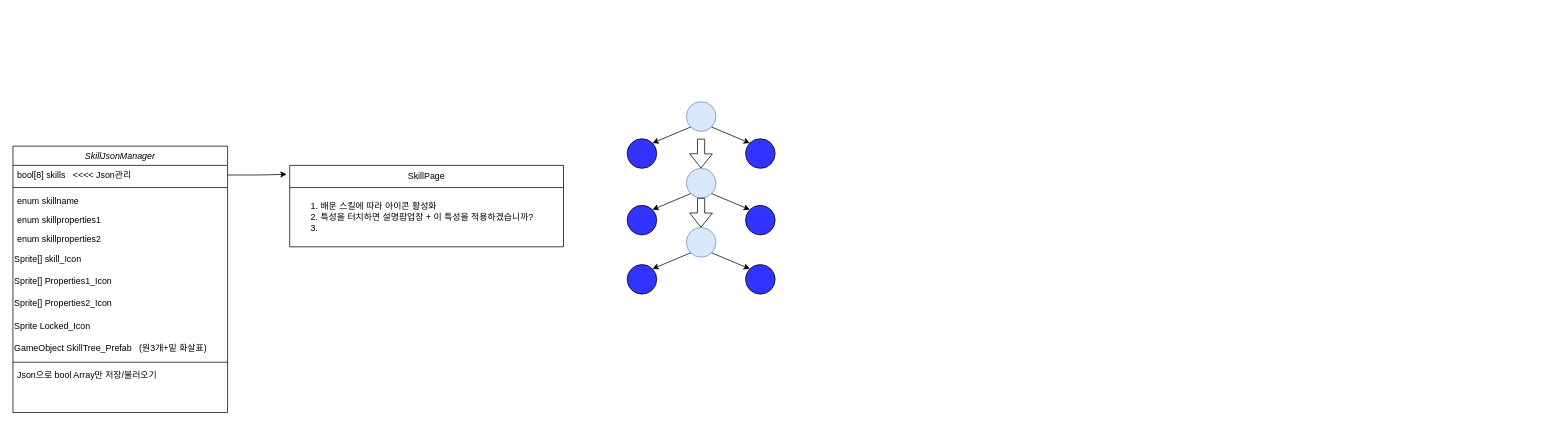
Before: 2048Diagram.drawio in nilbace/2048Diagram, a draw.io diagram. Source tidied: cells renumbered, new cells numbered last; positions are measured from the earlier drawing's top-left corner, leaving out a move shared by most shapes. Both pictures are drawn from the tidied source at 74%, with x=0, y=0 at pixel (13, 101).
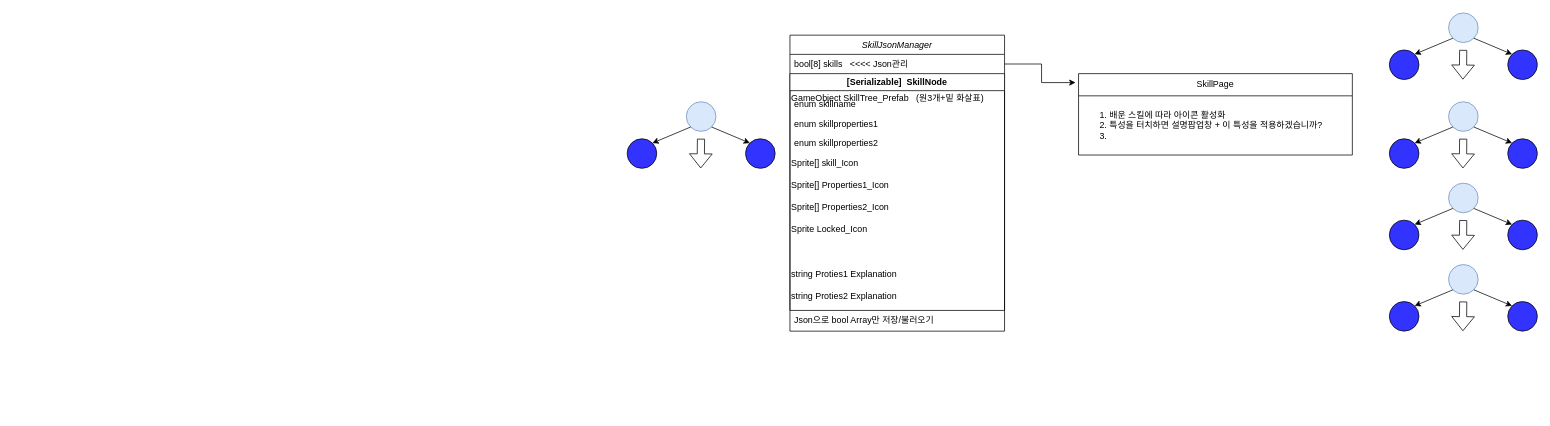
Above is the later version.

The edit, as a diff of the source:
```diff
@@
     <mxCell id="2" value="SkillJsonManager" style="swimlane;fontStyle=2;align=center;verticalAlign=top;horizontal=1;startSize=26;rounded=0;shadow=0;strokeWidth=1;" parent="1" vertex="1">
-      <mxGeometry y="60" width="290" height="360" as="geometry" />
+      <mxGeometry x="1050" y="-90" width="290" height="400" as="geometry" />
     </mxCell>
@@
-    <mxCell id="4" style="line;html=1;strokeWidth=1;align=left;verticalAlign=middle;spacingTop=-1;spacingLeft=3;spacingRight=3;labelPosition=right;" parent="2" vertex="1">
-      <mxGeometry y="52" width="290" height="8" as="geometry" />
-    </mxCell>
+    <mxCell id="35" value="[Serializable]&amp;nbsp; SkillNode" style="swimlane;whiteSpace=wrap;html=1;" parent="2" vertex="1">
+      <mxGeometry y="52" width="290" height="320" as="geometry" />
+    </mxCell>
-    <mxCell id="5" value="enum skillname" style="text;align=left;verticalAlign=top;spacingLeft=4;spacingRight=4;overflow=hidden;rounded=0;shadow=0;html=0;" parent="2" vertex="1">
-      <mxGeometry y="60" width="290" height="26" as="geometry" />
+    <mxCell id="5" value="enum skillname" style="text;align=left;verticalAlign=top;spacingLeft=4;spacingRight=4;overflow=hidden;rounded=0;shadow=0;html=0;" parent="35" vertex="1">
+      <mxGeometry y="28" width="290" height="26" as="geometry" />
     </mxCell>
+    <mxCell id="12" value="GameObject SkillTree_Prefab&amp;nbsp; &amp;nbsp;(원3개+밑 화살표)" style="text;html=1;strokeColor=none;fillColor=none;align=left;verticalAlign=middle;whiteSpace=wrap;rounded=0;" parent="35" vertex="1">
+      <mxGeometry y="18" width="290" height="30" as="geometry" />
+    </mxCell>
-    <mxCell id="6" value="enum skillproperties1&#10;" style="text;align=left;verticalAlign=top;spacingLeft=4;spacingRight=4;overflow=hidden;rounded=0;shadow=0;html=0;" parent="2" vertex="1">
-      <mxGeometry y="86" width="290" height="26" as="geometry" />
+    <mxCell id="6" value="enum skillproperties1&#10;" style="text;align=left;verticalAlign=top;spacingLeft=4;spacingRight=4;overflow=hidden;rounded=0;shadow=0;html=0;" parent="35" vertex="1">
+      <mxGeometry y="54" width="290" height="26" as="geometry" />
     </mxCell>
-    <mxCell id="7" value="enum skillproperties2&#10;" style="text;align=left;verticalAlign=top;spacingLeft=4;spacingRight=4;overflow=hidden;rounded=0;shadow=0;html=0;" parent="2" vertex="1">
-      <mxGeometry y="112" width="290" height="26" as="geometry" />
+    <mxCell id="7" value="enum skillproperties2&#10;" style="text;align=left;verticalAlign=top;spacingLeft=4;spacingRight=4;overflow=hidden;rounded=0;shadow=0;html=0;" parent="35" vertex="1">
+      <mxGeometry y="80" width="290" height="26" as="geometry" />
     </mxCell>
-    <mxCell id="8" value="Sprite[] skill_Icon" style="text;html=1;strokeColor=none;fillColor=none;align=left;verticalAlign=middle;whiteSpace=wrap;rounded=0;" parent="2" vertex="1">
-      <mxGeometry y="138" width="290" height="30" as="geometry" />
+    <mxCell id="8" value="Sprite[] skill_Icon" style="text;html=1;strokeColor=none;fillColor=none;align=left;verticalAlign=middle;whiteSpace=wrap;rounded=0;" parent="35" vertex="1">
+      <mxGeometry y="106" width="290" height="30" as="geometry" />
     </mxCell>
-    <mxCell id="9" value="Sprite[] Properties1_Icon" style="text;html=1;align=left;verticalAlign=middle;strokeColor=none;fillColor=none;" parent="2" vertex="1">
-      <mxGeometry y="168" width="290" height="30" as="geometry" />
+    <mxCell id="9" value="Sprite[] Properties1_Icon" style="text;html=1;align=left;verticalAlign=middle;strokeColor=none;fillColor=none;" parent="35" vertex="1">
+      <mxGeometry y="136" width="290" height="30" as="geometry" />
     </mxCell>
-    <mxCell id="10" value="Sprite[] Properties2_Icon" style="text;html=1;align=left;verticalAlign=middle;strokeColor=none;fillColor=none;" parent="2" vertex="1">
-      <mxGeometry y="198" width="290" height="30" as="geometry" />
+    <mxCell id="10" value="Sprite[] Properties2_Icon" style="text;html=1;align=left;verticalAlign=middle;strokeColor=none;fillColor=none;" parent="35" vertex="1">
+      <mxGeometry y="166" width="290" height="30" as="geometry" />
     </mxCell>
-    <mxCell id="11" value="Sprite Locked_Icon" style="text;html=1;strokeColor=none;fillColor=none;align=left;verticalAlign=middle;whiteSpace=wrap;rounded=0;" parent="2" vertex="1">
-      <mxGeometry y="228" width="290" height="30" as="geometry" />
+    <mxCell id="11" value="Sprite Locked_Icon" style="text;html=1;strokeColor=none;fillColor=none;align=left;verticalAlign=middle;whiteSpace=wrap;rounded=0;" parent="35" vertex="1">
+      <mxGeometry y="196" width="290" height="30" as="geometry" />
     </mxCell>
-    <mxCell id="12" value="GameObject SkillTree_Prefab&amp;nbsp; &amp;nbsp;(원3개+밑 화살표)" style="text;html=1;strokeColor=none;fillColor=none;align=left;verticalAlign=middle;whiteSpace=wrap;rounded=0;" parent="2" vertex="1">
-      <mxGeometry y="258" width="290" height="30" as="geometry" />
-    </mxCell>
-    <mxCell id="13" style="line;html=1;strokeWidth=1;align=left;verticalAlign=middle;spacingTop=-1;spacingLeft=3;spacingRight=3;labelPosition=right;" parent="2" vertex="1">
-      <mxGeometry y="288" width="290" height="8" as="geometry" />
-    </mxCell>
+    <mxCell id="36" value="string Proties1 Explanation" style="text;html=1;strokeColor=none;fillColor=none;align=left;verticalAlign=middle;whiteSpace=wrap;rounded=0;" parent="35" vertex="1">
+      <mxGeometry y="256" width="290" height="30" as="geometry" />
+    </mxCell>
+    <mxCell id="37" value="string Proties2 Explanation" style="text;html=1;strokeColor=none;fillColor=none;align=left;verticalAlign=middle;whiteSpace=wrap;rounded=0;" parent="35" vertex="1">
+      <mxGeometry y="286" width="290" height="30" as="geometry" />
+    </mxCell>
     <mxCell id="14" value="Json으로 bool Array만 저장/불러오기" style="text;align=left;verticalAlign=top;spacingLeft=4;spacingRight=4;overflow=hidden;" parent="2" vertex="1">
-      <mxGeometry y="296" width="290" height="26" as="geometry" />
+      <mxGeometry y="372" width="290" height="26" as="geometry" />
     </mxCell>
     <mxCell id="15" value="SkillPage" style="swimlane;fontStyle=0;horizontal=1;startSize=30;whiteSpace=wrap;html=1;fillColor=none;" parent="1" vertex="1">
-      <mxGeometry x="374" y="86" width="370" height="110" as="geometry" />
+      <mxGeometry x="1440" y="-38" width="370" height="110" as="geometry" />
     </mxCell>
@@
-    <mxCell id="23" style="ellipse;whiteSpace=wrap;html=1;fillColor=#dae8fc;strokeColor=#6c8ebf;" parent="1" vertex="1">
-      <mxGeometry x="910" y="90" width="40" height="40" as="geometry" />
-    </mxCell>
-    <mxCell id="24" style="ellipse;whiteSpace=wrap;html=1;fillColor=#3333FF;" parent="1" vertex="1">
-      <mxGeometry x="830" y="140" width="40" height="40" as="geometry" />
-    </mxCell>
-    <mxCell id="25" style="ellipse;whiteSpace=wrap;html=1;fillColor=#3333FF;" parent="1" vertex="1">
-      <mxGeometry x="990" y="140" width="40" height="40" as="geometry" />
-    </mxCell>
-    <mxCell id="26" style="endArrow=classic;html=1;rounded=0;exitX=0;exitY=1;exitDx=0;exitDy=0;entryX=1;entryY=0;entryDx=0;entryDy=0;" parent="1" edge="1" source="23" target="24">
-      <mxGeometry relative="1" as="geometry" />
-    </mxCell>
-    <mxCell id="27" style="endArrow=classic;html=1;rounded=0;exitX=1;exitY=1;exitDx=0;exitDy=0;entryX=0;entryY=0;entryDx=0;entryDy=0;" parent="1" edge="1" source="23" target="25">
-      <mxGeometry relative="1" as="geometry" />
-    </mxCell>
-    <mxCell id="28" style="ellipse;whiteSpace=wrap;html=1;fillColor=#dae8fc;strokeColor=#6c8ebf;" parent="1" vertex="1">
-      <mxGeometry x="910" y="170" width="40" height="40" as="geometry" />
-    </mxCell>
-    <mxCell id="29" style="ellipse;whiteSpace=wrap;html=1;fillColor=#3333FF;" parent="1" vertex="1">
-      <mxGeometry x="830" y="220" width="40" height="40" as="geometry" />
-    </mxCell>
-    <mxCell id="30" style="ellipse;whiteSpace=wrap;html=1;fillColor=#3333FF;" parent="1" vertex="1">
-      <mxGeometry x="990" y="220" width="40" height="40" as="geometry" />
-    </mxCell>
-    <mxCell id="31" style="endArrow=classic;html=1;rounded=0;exitX=0;exitY=1;exitDx=0;exitDy=0;entryX=1;entryY=0;entryDx=0;entryDy=0;" parent="1" edge="1" source="28" target="29">
-      <mxGeometry relative="1" as="geometry" />
-    </mxCell>
-    <mxCell id="32" style="endArrow=classic;html=1;rounded=0;exitX=1;exitY=1;exitDx=0;exitDy=0;entryX=0;entryY=0;entryDx=0;entryDy=0;" parent="1" edge="1" source="28" target="30">
-      <mxGeometry relative="1" as="geometry" />
-    </mxCell>
     <mxCell id="33" style="shape=flexArrow;endArrow=classic;html=1;rounded=0;width=9.714285714285714;endSize=6.034285714285715;" parent="1" edge="1">
       <mxGeometry relative="1" as="geometry">
-        <mxPoint x="930" y="50" as="sourcePoint" />
-        <mxPoint x="929.7" y="90" as="targetPoint" />
+        <mxPoint x="929.8" y="50" as="sourcePoint" />
+        <mxPoint x="929.4" y="90" as="targetPoint" />
       </mxGeometry>
     </mxCell>
-    <mxCell id="34" style="shape=flexArrow;endArrow=classic;html=1;rounded=0;width=9.714285714285714;endSize=6.034285714285715;" parent="1" edge="1">
-      <mxGeometry relative="1" as="geometry">
-        <mxPoint x="930" y="130" as="sourcePoint" />
-        <mxPoint x="929.7" y="170" as="targetPoint" />
-      </mxGeometry>
-    </mxCell>
+    <mxCell id="38" style="ellipse;whiteSpace=wrap;html=1;fillColor=#dae8fc;strokeColor=#6c8ebf;" parent="1" vertex="1">
+      <mxGeometry x="1940" y="-120" width="40" height="40" as="geometry" />
+    </mxCell>
+    <mxCell id="39" style="ellipse;whiteSpace=wrap;html=1;fillColor=#3333FF;" parent="1" vertex="1">
+      <mxGeometry x="1860" y="-70" width="40" height="40" as="geometry" />
+    </mxCell>
+    <mxCell id="40" style="ellipse;whiteSpace=wrap;html=1;fillColor=#3333FF;" parent="1" vertex="1">
+      <mxGeometry x="2020" y="-70" width="40" height="40" as="geometry" />
+    </mxCell>
+    <mxCell id="41" style="endArrow=classic;html=1;rounded=0;exitX=0;exitY=1;exitDx=0;exitDy=0;entryX=1;entryY=0;entryDx=0;entryDy=0;" parent="1" edge="1" source="38" target="39">
+      <mxGeometry relative="1" as="geometry" />
+    </mxCell>
+    <mxCell id="42" style="endArrow=classic;html=1;rounded=0;exitX=1;exitY=1;exitDx=0;exitDy=0;entryX=0;entryY=0;entryDx=0;entryDy=0;" parent="1" edge="1" source="38" target="40">
+      <mxGeometry relative="1" as="geometry" />
+    </mxCell>
+    <mxCell id="43" style="shape=flexArrow;endArrow=classic;html=1;rounded=0;width=9.714285714285714;endSize=6.034285714285715;" parent="1" edge="1">
+      <mxGeometry relative="1" as="geometry">
+        <mxPoint x="1959.8" y="-70" as="sourcePoint" />
+        <mxPoint x="1959.4" y="-30" as="targetPoint" />
+      </mxGeometry>
+    </mxCell>
+    <mxCell id="44" style="ellipse;whiteSpace=wrap;html=1;fillColor=#dae8fc;strokeColor=#6c8ebf;" parent="1" vertex="1">
+      <mxGeometry x="1940" width="40" height="40" as="geometry" />
+    </mxCell>
+    <mxCell id="45" style="ellipse;whiteSpace=wrap;html=1;fillColor=#3333FF;" parent="1" vertex="1">
+      <mxGeometry x="1860" y="50" width="40" height="40" as="geometry" />
+    </mxCell>
+    <mxCell id="46" style="ellipse;whiteSpace=wrap;html=1;fillColor=#3333FF;" parent="1" vertex="1">
+      <mxGeometry x="2020" y="50" width="40" height="40" as="geometry" />
+    </mxCell>
+    <mxCell id="47" style="endArrow=classic;html=1;rounded=0;exitX=0;exitY=1;exitDx=0;exitDy=0;entryX=1;entryY=0;entryDx=0;entryDy=0;" parent="1" edge="1" source="44" target="45">
+      <mxGeometry relative="1" as="geometry" />
+    </mxCell>
+    <mxCell id="48" style="endArrow=classic;html=1;rounded=0;exitX=1;exitY=1;exitDx=0;exitDy=0;entryX=0;entryY=0;entryDx=0;entryDy=0;" parent="1" edge="1" source="44" target="46">
+      <mxGeometry relative="1" as="geometry" />
+    </mxCell>
+    <mxCell id="49" style="shape=flexArrow;endArrow=classic;html=1;rounded=0;width=9.714285714285714;endSize=6.034285714285715;" parent="1" edge="1">
+      <mxGeometry relative="1" as="geometry">
+        <mxPoint x="1959.8" y="50" as="sourcePoint" />
+        <mxPoint x="1959.4" y="90" as="targetPoint" />
+      </mxGeometry>
+    </mxCell>
+    <mxCell id="50" style="ellipse;whiteSpace=wrap;html=1;fillColor=#dae8fc;strokeColor=#6c8ebf;" parent="1" vertex="1">
+      <mxGeometry x="1940" y="110" width="40" height="40" as="geometry" />
+    </mxCell>
+    <mxCell id="51" style="ellipse;whiteSpace=wrap;html=1;fillColor=#3333FF;" parent="1" vertex="1">
+      <mxGeometry x="1860" y="160" width="40" height="40" as="geometry" />
+    </mxCell>
+    <mxCell id="52" style="ellipse;whiteSpace=wrap;html=1;fillColor=#3333FF;" parent="1" vertex="1">
+      <mxGeometry x="2020" y="160" width="40" height="40" as="geometry" />
+    </mxCell>
+    <mxCell id="53" style="endArrow=classic;html=1;rounded=0;exitX=0;exitY=1;exitDx=0;exitDy=0;entryX=1;entryY=0;entryDx=0;entryDy=0;" parent="1" edge="1" source="50" target="51">
+      <mxGeometry relative="1" as="geometry" />
+    </mxCell>
+    <mxCell id="54" style="endArrow=classic;html=1;rounded=0;exitX=1;exitY=1;exitDx=0;exitDy=0;entryX=0;entryY=0;entryDx=0;entryDy=0;" parent="1" edge="1" source="50" target="52">
+      <mxGeometry relative="1" as="geometry" />
+    </mxCell>
+    <mxCell id="55" style="shape=flexArrow;endArrow=classic;html=1;rounded=0;width=9.714285714285714;endSize=6.034285714285715;" parent="1" edge="1">
+      <mxGeometry relative="1" as="geometry">
+        <mxPoint x="1959.8" y="160" as="sourcePoint" />
+        <mxPoint x="1959.4" y="200" as="targetPoint" />
+      </mxGeometry>
+    </mxCell>
+    <mxCell id="56" style="ellipse;whiteSpace=wrap;html=1;fillColor=#dae8fc;strokeColor=#6c8ebf;" parent="1" vertex="1">
+      <mxGeometry x="1940" y="220" width="40" height="40" as="geometry" />
+    </mxCell>
+    <mxCell id="57" style="ellipse;whiteSpace=wrap;html=1;fillColor=#3333FF;" parent="1" vertex="1">
+      <mxGeometry x="1860" y="270" width="40" height="40" as="geometry" />
+    </mxCell>
+    <mxCell id="58" style="ellipse;whiteSpace=wrap;html=1;fillColor=#3333FF;" parent="1" vertex="1">
+      <mxGeometry x="2020" y="270" width="40" height="40" as="geometry" />
+    </mxCell>
+    <mxCell id="59" style="endArrow=classic;html=1;rounded=0;exitX=0;exitY=1;exitDx=0;exitDy=0;entryX=1;entryY=0;entryDx=0;entryDy=0;" parent="1" edge="1" source="56" target="57">
+      <mxGeometry relative="1" as="geometry" />
+    </mxCell>
+    <mxCell id="60" style="endArrow=classic;html=1;rounded=0;exitX=1;exitY=1;exitDx=0;exitDy=0;entryX=0;entryY=0;entryDx=0;entryDy=0;" parent="1" edge="1" source="56" target="58">
+      <mxGeometry relative="1" as="geometry" />
+    </mxCell>
+    <mxCell id="61" style="shape=flexArrow;endArrow=classic;html=1;rounded=0;width=9.714285714285714;endSize=6.034285714285715;" parent="1" edge="1">
+      <mxGeometry relative="1" as="geometry">
+        <mxPoint x="1959.8" y="270" as="sourcePoint" />
+        <mxPoint x="1959.4" y="310" as="targetPoint" />
+      </mxGeometry>
+    </mxCell>
```
